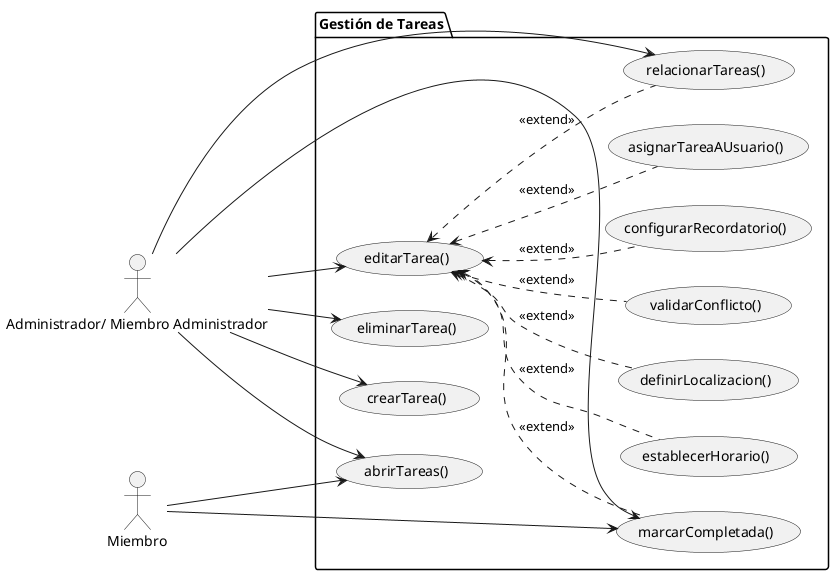
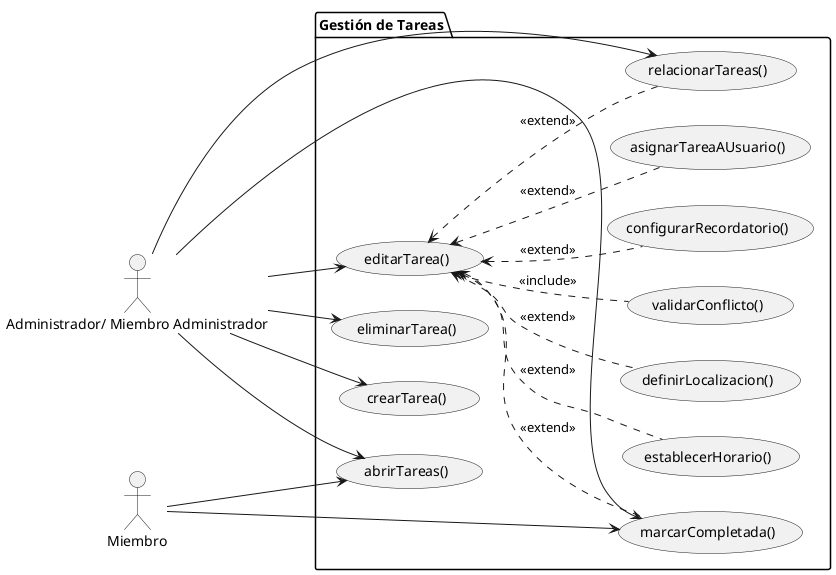
@startuml DiagramaGestionTareas
left to right direction

actor "Administrador/ Miembro Administrador" as Admin
actor "Miembro" as Miem

package "Gestión de Tareas" {
    ' Casos de Uso Principales
    usecase "crearTarea()" as UC1
    usecase "editarTarea()" as UC2
    usecase "eliminarTarea()" as UC3
    usecase "marcarCompletada()" as UC4
    usecase "abrirTareas()" as UC8

    ' Casos de Uso de Detalle (Extensiones)
    usecase "relacionarTareas()" as UC5
    usecase "establecerHorario()" as UC6
    usecase "definirLocalizacion()" as UC7
    usecase "validarConflicto()" as UC9
    usecase "configurarRecordatorio()" as UC10
    usecase "asignarTareaAUsuario()" as UC11
}

' Relaciones directas para el Administrador
Admin --> UC1
Admin --> UC2
Admin --> UC3
Admin --> UC4
Admin --> UC5
Admin --> UC8

' Relaciones directas para el Miembro
Miem --> UC4
Miem --> UC8

' Relaciones de extensión (UC2 concentra ahora toda la configuración avanzada)
UC2 <.. UC4 : <<extend>>
UC2 <.. UC5 : <<extend>>
UC2 <.. UC6 : <<extend>>
UC2 <.. UC7 : <<extend>>
- UC2 <.. UC9 : <<extend>>
+ UC2 <.. UC9 : <<include>>
UC2 <.. UC10 : <<extend>>
UC2 <.. UC11 : <<extend>>

@enduml